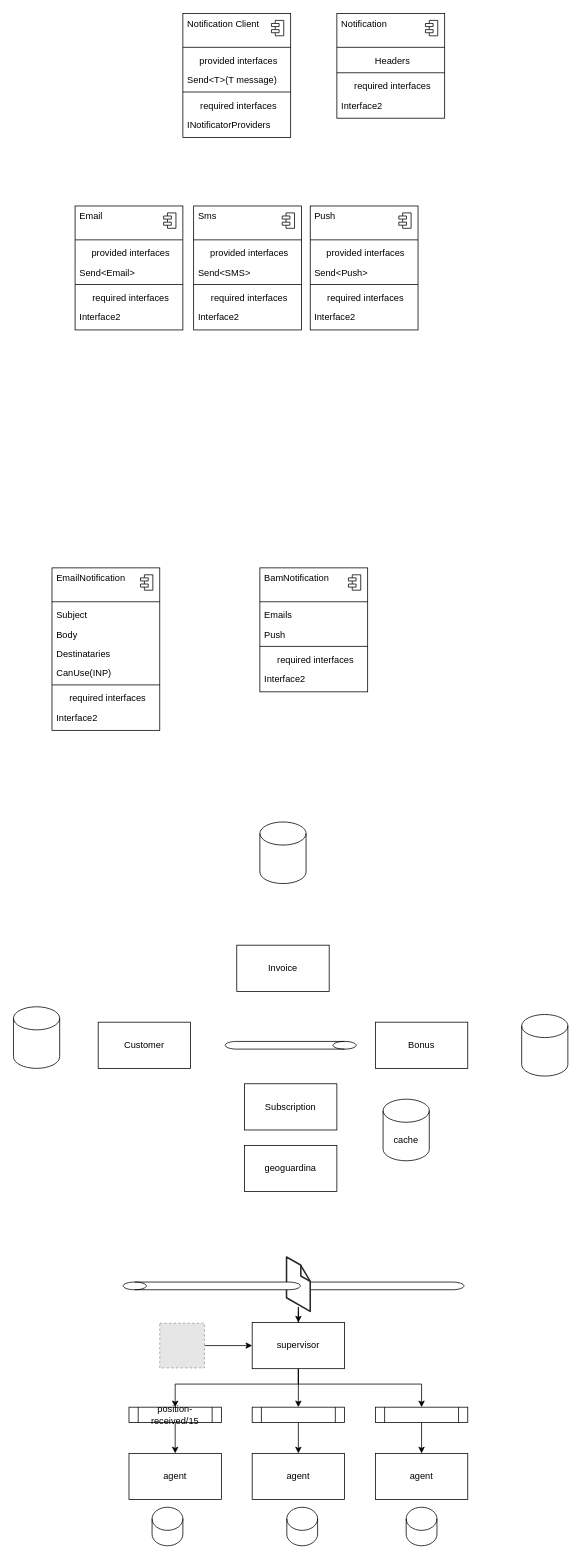
Before: docs/architecture/Untitled Diagram.drawio in EdneySilva/NetHacksPack, a draw.io diagram. Source tidied: cells renumbered, new cells numbered last; positions are measured from the earlier drawing's top-left corner, leaving out a move shared by most shapes. Both pictures are drawn from the tidied source at 77%, with x=0, y=0 at pixel (13, 13). Pictures stored in the file or linked from it are replaced by grey dashed boxes.
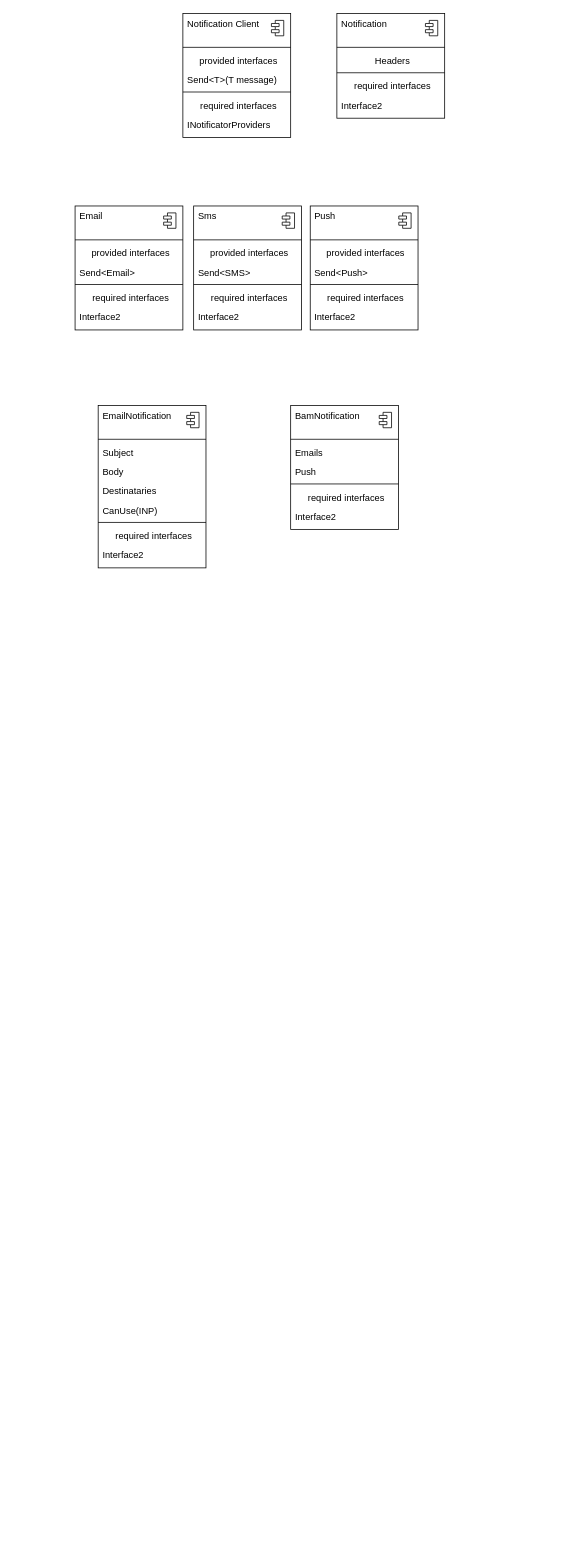
The same page after the edit.

The edit, as a diff of the source:
```diff
@@
-    <mxCell id="2" style="shape=cylinder3;whiteSpace=wrap;html=1;boundedLbl=1;backgroundOutline=1;size=15;rotation=-90;" parent="1" vertex="1">
-      <mxGeometry x="465" y="1537.5" width="10" height="230" as="geometry" />
-    </mxCell>
-    <mxCell id="3" style="edgeStyle=orthogonalEdgeStyle;rounded=0;jettySize=auto;html=1;" parent="1" edge="1" source="4" target="80">
-      <mxGeometry relative="1" as="geometry" />
-    </mxCell>
-    <mxCell id="4" style="verticalLabelPosition=bottom;html=1;verticalAlign=top;strokeWidth=1;align=center;outlineConnect=0;dashed=0;outlineConnect=0;shape=mxgraph.aws3d.file;strokeColor=#292929;" parent="1" vertex="1">
-      <mxGeometry x="354.6" y="1615" width="30.8" height="70.6" as="geometry" />
-    </mxCell>
-    <mxCell id="5" value="Invoice" style="rounded=0;whiteSpace=wrap;html=1;" parent="1" vertex="1">
-      <mxGeometry x="290" y="1210" width="120" height="60" as="geometry" />
-    </mxCell>
-    <mxCell id="6" value="Customer" style="rounded=0;whiteSpace=wrap;html=1;" parent="1" vertex="1">
-      <mxGeometry x="110" y="1310" width="120" height="60" as="geometry" />
-    </mxCell>
-    <mxCell id="7" value="Bonus" style="rounded=0;whiteSpace=wrap;html=1;" parent="1" vertex="1">
-      <mxGeometry x="470" y="1310" width="120" height="60" as="geometry" />
-    </mxCell>
-    <mxCell id="8" value="Subscription" style="rounded=0;whiteSpace=wrap;html=1;" parent="1" vertex="1">
-      <mxGeometry x="300" y="1390" width="120" height="60" as="geometry" />
-    </mxCell>
-    <mxCell id="9" style="shape=cylinder3;whiteSpace=wrap;html=1;boundedLbl=1;backgroundOutline=1;size=15;rotation=90;" parent="1" vertex="1">
-      <mxGeometry x="355" y="1255" width="10" height="170" as="geometry" />
-    </mxCell>
-    <mxCell id="10" style="shape=cylinder3;whiteSpace=wrap;html=1;boundedLbl=1;backgroundOutline=1;size=15;" parent="1" vertex="1">
-      <mxGeometry y="1290" width="60" height="80" as="geometry" />
-    </mxCell>
-    <mxCell id="11" style="shape=cylinder3;whiteSpace=wrap;html=1;boundedLbl=1;backgroundOutline=1;size=15;" parent="1" vertex="1">
-      <mxGeometry x="660" y="1300" width="60" height="80" as="geometry" />
-    </mxCell>
-    <mxCell id="12" style="shape=cylinder3;whiteSpace=wrap;html=1;boundedLbl=1;backgroundOutline=1;size=15;" parent="1" vertex="1">
-      <mxGeometry x="320" y="1050" width="60" height="80" as="geometry" />
-    </mxCell>
@@
     <mxCell id="57" style="fontStyle=1;align=center;verticalAlign=top;horizontal=1;" parent="1" vertex="1">
-      <mxGeometry x="320" y="720" width="140" height="161" as="geometry" />
+      <mxGeometry x="360" y="509" width="140" height="161" as="geometry" />
     </mxCell>
@@
     <mxCell id="66" style="fontStyle=1;align=center;verticalAlign=top;horizontal=1;" parent="1" vertex="1">
-      <mxGeometry x="50" y="720" width="140" height="211" as="geometry" />
+      <mxGeometry x="110" y="509" width="140" height="211" as="geometry" />
     </mxCell>
@@
-    <mxCell id="77" style="edgeStyle=orthogonalEdgeStyle;rounded=0;jettySize=auto;html=1;" parent="1" edge="1" source="80" target="93">
-      <mxGeometry relative="1" as="geometry">
-        <Array as="points">
-          <mxPoint x="370" y="1780" />
-          <mxPoint x="210" y="1780" />
-        </Array>
-      </mxGeometry>
-    </mxCell>
-    <mxCell id="78" style="edgeStyle=orthogonalEdgeStyle;rounded=0;jettySize=auto;html=1;entryX=0.5;entryY=0;entryDx=0;entryDy=0;" parent="1" edge="1" source="80" target="91">
-      <mxGeometry relative="1" as="geometry">
-        <Array as="points">
-          <mxPoint x="370" y="1780" />
-          <mxPoint x="530" y="1780" />
-        </Array>
-      </mxGeometry>
-    </mxCell>
-    <mxCell id="79" style="edgeStyle=orthogonalEdgeStyle;rounded=0;jettySize=auto;html=1;" parent="1" edge="1" source="80" target="95">
-      <mxGeometry relative="1" as="geometry" />
-    </mxCell>
-    <mxCell id="80" value="supervisor" style="rounded=0;whiteSpace=wrap;html=1;" parent="1" vertex="1">
-      <mxGeometry x="310" y="1700" width="120" height="60" as="geometry" />
-    </mxCell>
-    <mxCell id="81" value="agent" style="rounded=0;whiteSpace=wrap;html=1;" parent="1" vertex="1">
-      <mxGeometry x="150" y="1870" width="120" height="60" as="geometry" />
-    </mxCell>
-    <mxCell id="82" value="agent" style="rounded=0;whiteSpace=wrap;html=1;" parent="1" vertex="1">
-      <mxGeometry x="310" y="1870" width="120" height="60" as="geometry" />
-    </mxCell>
-    <mxCell id="83" value="agent" style="rounded=0;whiteSpace=wrap;html=1;" parent="1" vertex="1">
-      <mxGeometry x="470" y="1870" width="120" height="60" as="geometry" />
-    </mxCell>
-    <mxCell id="84" style="shape=cylinder3;whiteSpace=wrap;html=1;boundedLbl=1;backgroundOutline=1;size=15;rotation=-90;" parent="1" vertex="1">
-      <mxGeometry x="252.5" y="1537.5" width="10" height="230" as="geometry" />
-    </mxCell>
-    <mxCell id="85" style="shape=cylinder3;whiteSpace=wrap;html=1;boundedLbl=1;backgroundOutline=1;size=15;" parent="1" vertex="1">
-      <mxGeometry x="180" y="1940" width="40" height="50" as="geometry" />
-    </mxCell>
-    <mxCell id="86" style="shape=cylinder3;whiteSpace=wrap;html=1;boundedLbl=1;backgroundOutline=1;size=15;" parent="1" vertex="1">
-      <mxGeometry x="355" y="1940" width="40" height="50" as="geometry" />
-    </mxCell>
-    <mxCell id="87" style="shape=cylinder3;whiteSpace=wrap;html=1;boundedLbl=1;backgroundOutline=1;size=15;" parent="1" vertex="1">
-      <mxGeometry x="510" y="1940" width="40" height="50" as="geometry" />
-    </mxCell>
-    <mxCell id="88" value="geoguardina" style="rounded=0;whiteSpace=wrap;html=1;" parent="1" vertex="1">
-      <mxGeometry x="300" y="1470" width="120" height="60" as="geometry" />
-    </mxCell>
-    <mxCell id="89" value="cache" style="shape=cylinder3;whiteSpace=wrap;html=1;boundedLbl=1;backgroundOutline=1;size=15;" parent="1" vertex="1">
-      <mxGeometry x="480" y="1410" width="60" height="80" as="geometry" />
-    </mxCell>
-    <mxCell id="90" style="edgeStyle=orthogonalEdgeStyle;rounded=0;jettySize=auto;html=1;entryX=0.5;entryY=0;entryDx=0;entryDy=0;" parent="1" edge="1" source="91" target="83">
-      <mxGeometry relative="1" as="geometry" />
-    </mxCell>
-    <mxCell id="91" style="shape=process;whiteSpace=wrap;html=1;backgroundOutline=1;" parent="1" vertex="1">
-      <mxGeometry x="470" y="1810" width="120" height="20" as="geometry" />
-    </mxCell>
-    <mxCell id="92" style="edgeStyle=orthogonalEdgeStyle;rounded=0;jettySize=auto;html=1;" parent="1" edge="1" source="93" target="81">
-      <mxGeometry relative="1" as="geometry" />
-    </mxCell>
-    <mxCell id="93" value="position-received/15" style="shape=process;whiteSpace=wrap;html=1;backgroundOutline=1;" parent="1" vertex="1">
-      <mxGeometry x="150" y="1810" width="120" height="20" as="geometry" />
-    </mxCell>
-    <mxCell id="94" style="edgeStyle=orthogonalEdgeStyle;rounded=0;jettySize=auto;html=1;" parent="1" edge="1" source="95" target="82">
-      <mxGeometry relative="1" as="geometry" />
-    </mxCell>
-    <mxCell id="95" style="shape=process;whiteSpace=wrap;html=1;backgroundOutline=1;" parent="1" vertex="1">
-      <mxGeometry x="310" y="1810" width="120" height="20" as="geometry" />
-    </mxCell>
-    <mxCell id="96" style="edgeStyle=orthogonalEdgeStyle;rounded=0;jettySize=auto;html=1;entryX=0;entryY=0.5;entryDx=0;entryDy=0;" parent="1" edge="1" source="97" target="80">
-      <mxGeometry relative="1" as="geometry" />
-    </mxCell>
-    <mxCell id="97" style="fillColor=#E6E6E6;strokeColor=#999999;dashed=1;html=1;verticalAlign=top;verticalLabelPosition=bottom;labelBackgroundColor=#ffffff;" parent="1" vertex="1">
-      <mxGeometry x="190" y="1701" width="58" height="58" as="geometry" />
-    </mxCell>
```
